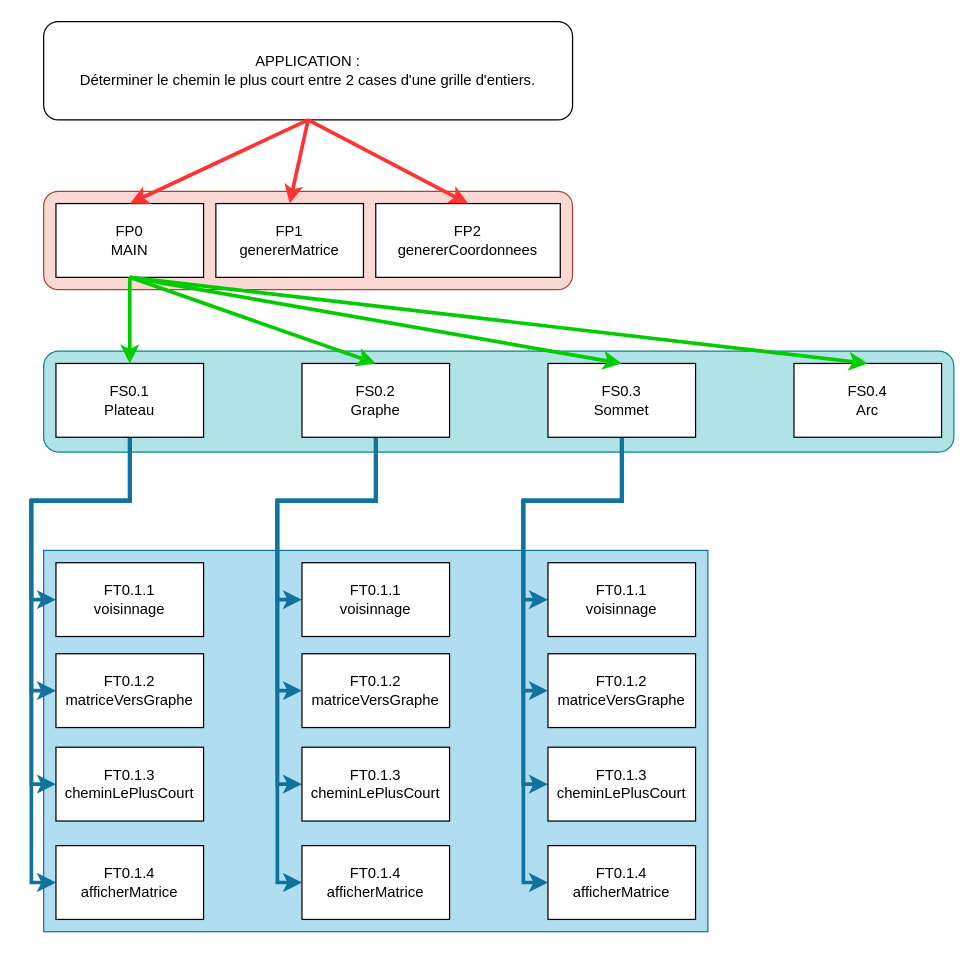
Above: docs/AHF.drawio in LIncorruptible/CHEMIN_LE_PLUS_COURT (draw.io), before the change. Source tidied: cells renumbered, new cells numbered last; positions are measured from the earlier drawing's top-left corner, leaving out a move shared by most shapes. Both pictures are drawn from the tidied source at 123%, with x=0, y=0 at pixel (31, 21).
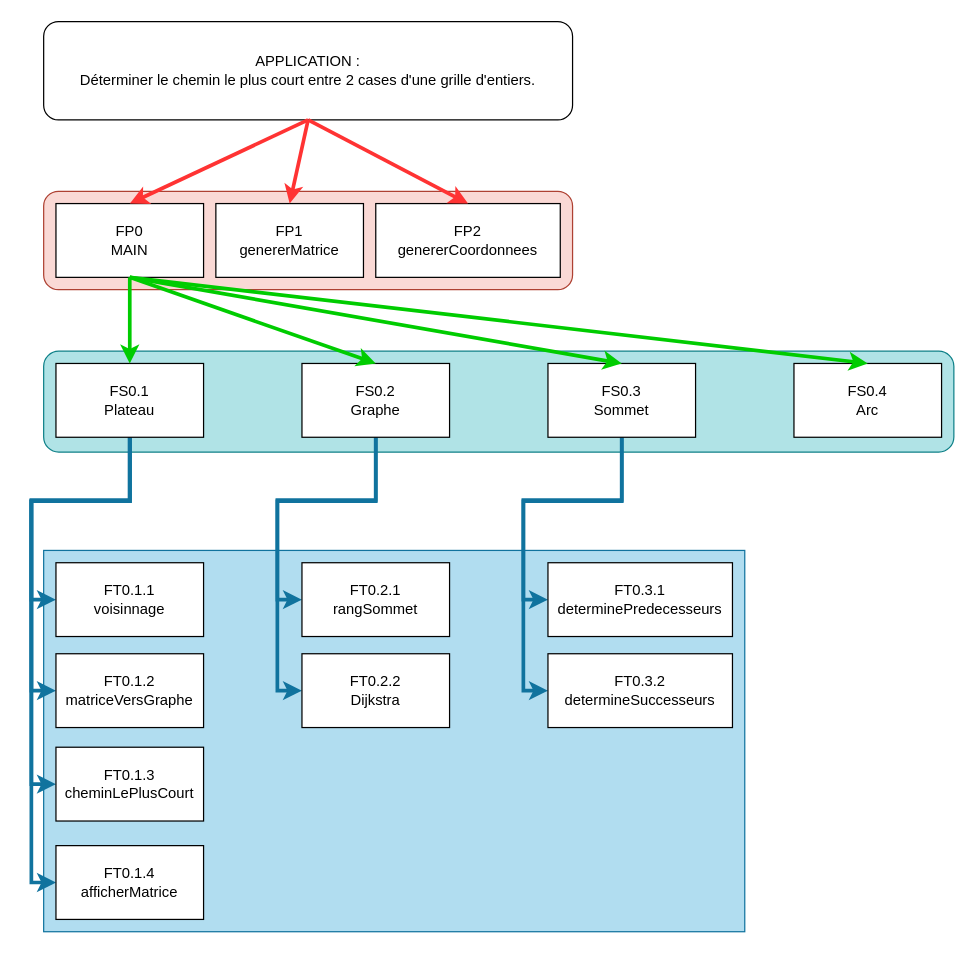
Above is the later version.

The change refers to these unchanged cells:
```xml
<mxCell id="17" value="FS0.2&lt;br&gt;Graphe" style="rounded=0;whiteSpace=wrap;html=1;" parent="1" vertex="1">
  <mxGeometry x="220" y="278" width="120" height="60" as="geometry" />
</mxCell>
<mxCell id="22" value="FS0.3&lt;br&gt;Sommet" style="rounded=0;whiteSpace=wrap;html=1;" parent="1" vertex="1">
  <mxGeometry x="420" y="278" width="120" height="60" as="geometry" />
</mxCell>
```

The edit, as a diff of the source:
```diff
@@
     <mxCell id="2" style="rounded=0;whiteSpace=wrap;html=1;fillColor=#b1ddf0;strokeColor=#10739e;" parent="1" vertex="1">
-      <mxGeometry x="10" y="430" width="540" height="310" as="geometry" />
+      <mxGeometry x="10" y="430" width="570" height="310" as="geometry" />
     </mxCell>
@@
-    <mxCell id="15" style="edgeStyle=orthogonalEdgeStyle;rounded=0;jettySize=auto;html=1;exitX=0.5;exitY=1;exitDx=0;exitDy=0;entryX=0;entryY=0.5;entryDx=0;entryDy=0;strokeColor=#10739e;strokeWidth=3;fillColor=#b1ddf0;" parent="1" edge="1" source="17" target="38">
-      <mxGeometry relative="1" as="geometry">
-        <Array as="points">
-          <mxPoint x="280" y="390" />
-          <mxPoint x="200" y="390" />
-          <mxPoint x="200" y="620" />
-        </Array>
-      </mxGeometry>
-    </mxCell>
-    <mxCell id="16" style="edgeStyle=orthogonalEdgeStyle;rounded=0;jettySize=auto;html=1;exitX=0.5;exitY=1;exitDx=0;exitDy=0;entryX=0;entryY=0.5;entryDx=0;entryDy=0;strokeColor=#10739e;strokeWidth=3;fillColor=#b1ddf0;" parent="1" edge="1" source="17" target="39">
-      <mxGeometry relative="1" as="geometry">
-        <Array as="points">
-          <mxPoint x="280" y="390" />
-          <mxPoint x="200" y="390" />
-          <mxPoint x="200" y="700" />
-        </Array>
-      </mxGeometry>
-    </mxCell>
@@
-    <mxCell id="20" style="edgeStyle=orthogonalEdgeStyle;rounded=0;jettySize=auto;html=1;exitX=0.5;exitY=1;exitDx=0;exitDy=0;entryX=0;entryY=0.5;entryDx=0;entryDy=0;strokeColor=#10739e;strokeWidth=3;fillColor=#b1ddf0;" parent="1" edge="1" source="22" target="42">
-      <mxGeometry relative="1" as="geometry">
-        <Array as="points">
-          <mxPoint x="480" y="390" />
-          <mxPoint x="400" y="390" />
-          <mxPoint x="400" y="620" />
-        </Array>
-      </mxGeometry>
-    </mxCell>
-    <mxCell id="21" style="edgeStyle=orthogonalEdgeStyle;rounded=0;jettySize=auto;html=1;exitX=0.5;exitY=1;exitDx=0;exitDy=0;entryX=0;entryY=0.5;entryDx=0;entryDy=0;strokeColor=#10739e;strokeWidth=3;fillColor=#b1ddf0;" parent="1" edge="1" source="22" target="43">
-      <mxGeometry relative="1" as="geometry">
-        <Array as="points">
-          <mxPoint x="480" y="390" />
-          <mxPoint x="400" y="390" />
-          <mxPoint x="400" y="700" />
-        </Array>
-      </mxGeometry>
-    </mxCell>
@@
-    <mxCell id="36" value="FT0.1.1&lt;br&gt;voisinnage" style="rounded=0;whiteSpace=wrap;html=1;" parent="1" vertex="1">
+    <mxCell id="36" value="FT0.2.1&lt;br&gt;rangSommet" style="rounded=0;whiteSpace=wrap;html=1;" parent="1" vertex="1">
       <mxGeometry x="220" y="440" width="120" height="60" as="geometry" />
     </mxCell>
-    <mxCell id="37" value="FT0.1.2&lt;br&gt;matriceVersGraphe" style="rounded=0;whiteSpace=wrap;html=1;" parent="1" vertex="1">
+    <mxCell id="37" value="FT0.2.2&lt;br&gt;Dijkstra" style="rounded=0;whiteSpace=wrap;html=1;" parent="1" vertex="1">
       <mxGeometry x="220" y="514" width="120" height="60" as="geometry" />
     </mxCell>
-    <mxCell id="38" value="FT0.1.3&lt;br&gt;cheminLePlusCourt" style="rounded=0;whiteSpace=wrap;html=1;" parent="1" vertex="1">
-      <mxGeometry x="220" y="590" width="120" height="60" as="geometry" />
-    </mxCell>
-    <mxCell id="39" value="FT0.1.4&lt;br&gt;afficherMatrice" style="rounded=0;whiteSpace=wrap;html=1;" parent="1" vertex="1">
-      <mxGeometry x="220" y="670" width="120" height="60" as="geometry" />
-    </mxCell>
-    <mxCell id="40" value="FT0.1.1&lt;br&gt;voisinnage" style="rounded=0;whiteSpace=wrap;html=1;" parent="1" vertex="1">
-      <mxGeometry x="420" y="440" width="120" height="60" as="geometry" />
+    <mxCell id="40" value="FT0.3.1&lt;br&gt;determinePredecesseurs" style="rounded=0;whiteSpace=wrap;html=1;" parent="1" vertex="1">
+      <mxGeometry x="420" y="440" width="150" height="60" as="geometry" />
     </mxCell>
-    <mxCell id="41" value="FT0.1.2&lt;br&gt;matriceVersGraphe" style="rounded=0;whiteSpace=wrap;html=1;" parent="1" vertex="1">
-      <mxGeometry x="420" y="514" width="120" height="60" as="geometry" />
+    <mxCell id="41" value="FT0.3.2&lt;br&gt;determineSuccesseurs" style="rounded=0;whiteSpace=wrap;html=1;" parent="1" vertex="1">
+      <mxGeometry x="420" y="514" width="150" height="60" as="geometry" />
     </mxCell>
-    <mxCell id="42" value="FT0.1.3&lt;br&gt;cheminLePlusCourt" style="rounded=0;whiteSpace=wrap;html=1;" parent="1" vertex="1">
-      <mxGeometry x="420" y="590" width="120" height="60" as="geometry" />
-    </mxCell>
-    <mxCell id="43" value="FT0.1.4&lt;br&gt;afficherMatrice" style="rounded=0;whiteSpace=wrap;html=1;" parent="1" vertex="1">
-      <mxGeometry x="420" y="670" width="120" height="60" as="geometry" />
-    </mxCell>
```
